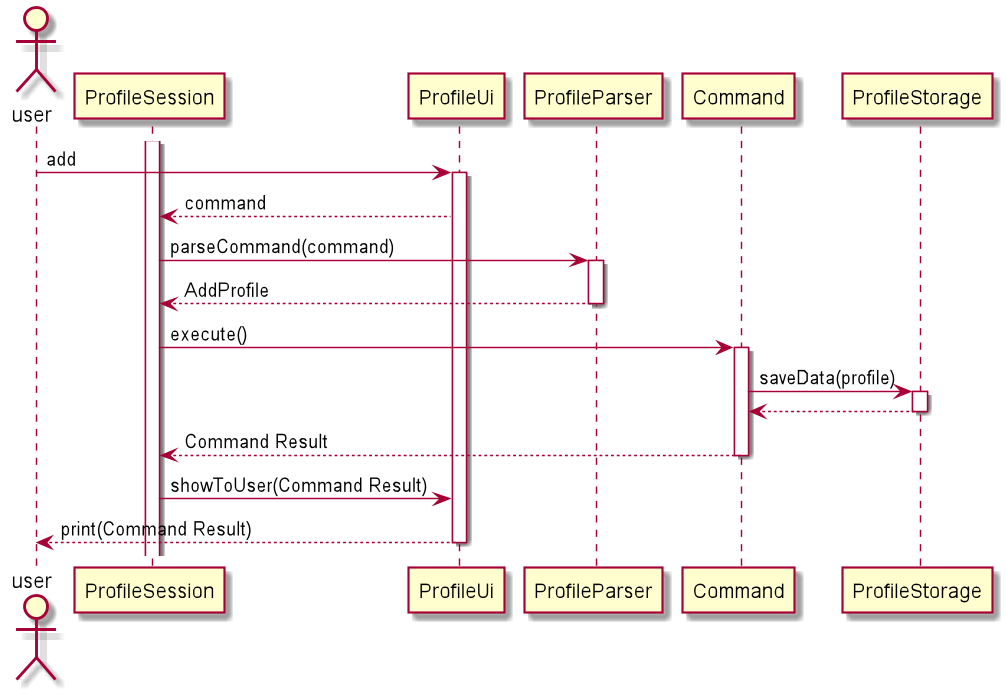
Earlier version of the PlantUML export docs/pictures/khoa/AddProfile.png (zsk612/tp).
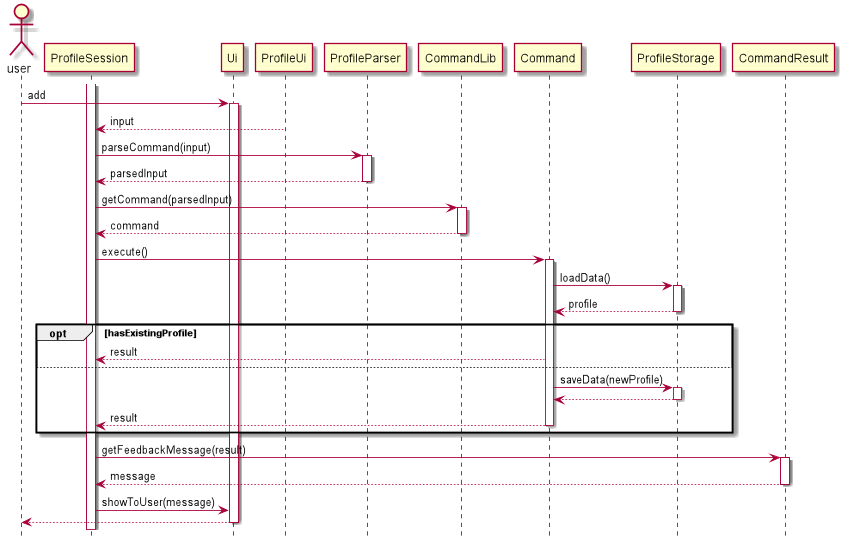
Later version of the same file.

Diff of the diagram source:
```diff
@@ -1,28 +1,35 @@
 @startuml
+hide footbox
+
 actor user
 activate ProfileSession
-user -> ProfileUi : add
-activate ProfileUi
-ProfileUi --> ProfileSession : command
+user -> Ui++ : add
+ProfileUi --> ProfileSession : input
 
-ProfileSession -> ProfileParser : parseCommand(command)
-activate ProfileParser
-ProfileParser --> ProfileSession : AddProfile
-deactivate ProfileParser
+ProfileSession -> ProfileParser ++ : parseCommand(input)
+ProfileParser --> ProfileSession -- : parsedInput
 
-ProfileSession -> Command : execute()
-activate Command
+ProfileSession -> CommandLib ++ : getCommand(parsedInput)
+CommandLib --> ProfileSession -- : command
 
-Command -> ProfileStorage : saveData(profile)
-activate ProfileStorage
-ProfileStorage --> Command
-deactivate ProfileStorage
+ProfileSession -> Command ++ : execute()
+Command -> ProfileStorage ++ : loadData()
+ProfileStorage --> Command -- : profile
 
-Command --> ProfileSession : Command Result
+opt hasExistingProfile
+    Command --> ProfileSession : result
+else
+    Command -> ProfileStorage ++ : saveData(newProfile)
+    ProfileStorage --> Command --
+    Command --> ProfileSession -- : result
+end
+
 deactivate Command
 
-ProfileSession -> ProfileUi : showToUser(Command Result)
+ProfileSession -> CommandResult ++ : getFeedbackMessage(result)
+CommandResult --> ProfileSession -- : message
+ProfileSession -> Ui : showToUser(message)
 
-ProfileUi --> user: print(Command Result)
-deactivate ProfileUi
+Ui --> user
+deactivate Ui
 @enduml
```
